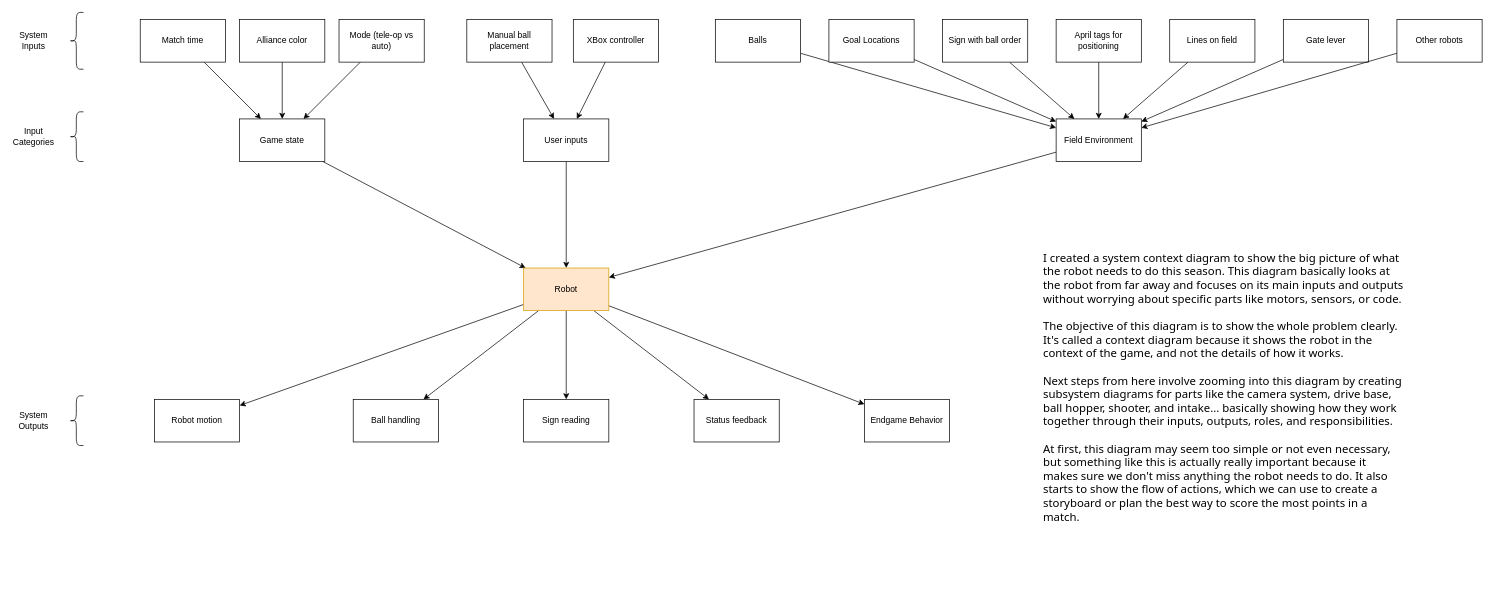
EagleNotBot/EagleBots13532-Decode keeps this draw.io diagram as page "System Context" (1 of 3) of docs/design/System and Subsystem Diagrams.drawio. Above is the earlier version. Source tidied: cells renumbered, new cells numbered last; positions are measured from the earlier drawing's top-left corner, leaving out a move shared by most shapes. Both pictures are drawn from the tidied source at 71%, with x=0, y=0 at pixel (12, 12).
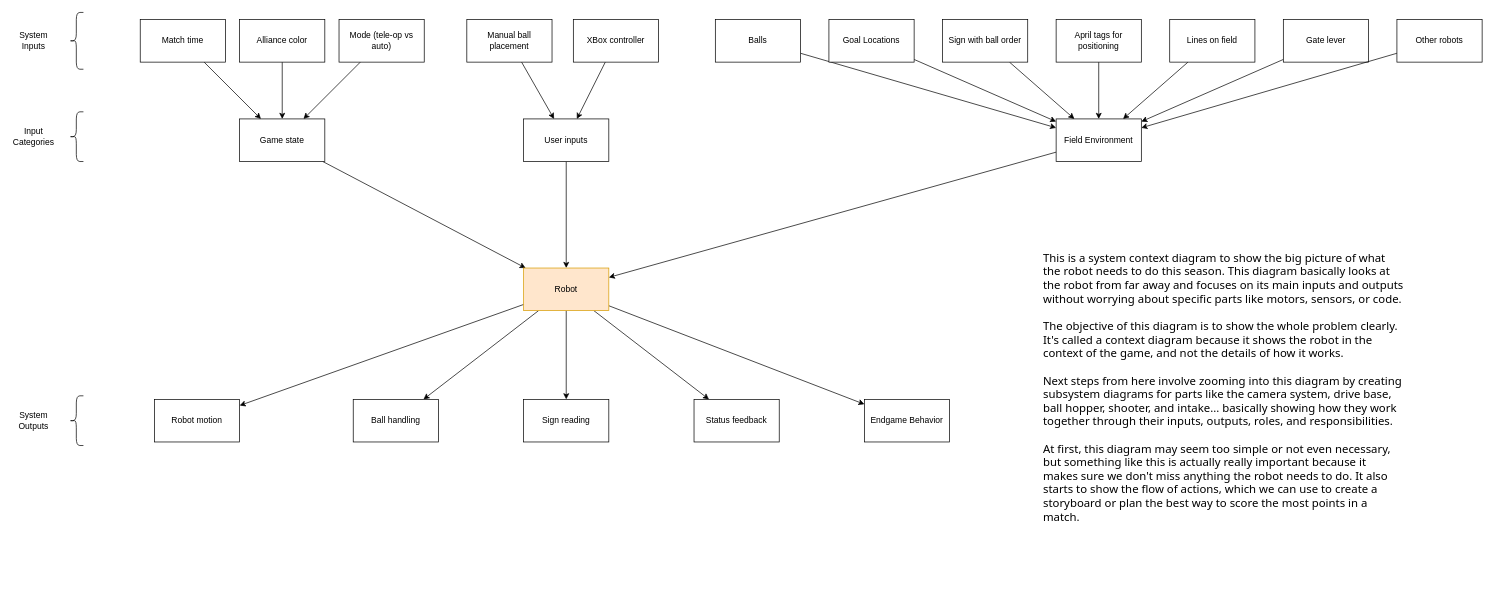
The same page after the edit.

Commit message (it also covers changes not shown here):
Added the system context diagram.

What changed in the source:
```diff
@@
-    <mxCell id="49" value="&lt;span style=&quot;font-family: &amp;quot;gg sans&amp;quot;, &amp;quot;Noto Sans&amp;quot;, &amp;quot;Helvetica Neue&amp;quot;, Helvetica, Arial, sans-serif; font-size: 16px;&quot;&gt;I created a system context diagram to show the big picture of what the robot needs to do this season. This diagram basically looks at the robot from far away and focuses on its main inputs and outputs without worrying about specific parts like motors, sensors, or code.&lt;br&gt;&lt;br&gt;The objective of this diagram is to show the whole problem clearly. It's called a context diagram because it shows the robot in the context of the game, and not the details of how it works.&lt;br&gt;&lt;br&gt;Next steps from here involve zooming into this diagram by creating subsystem diagrams for parts like the camera system, drive base, ball hopper, shooter, and intake... basically showing how they work together through their inputs, outputs, roles, and responsibilities.&lt;br&gt;&lt;br&gt;At first, this diagram may seem too simple or not even necessary, but something like this is actually really important because it makes sure we don't miss anything the robot needs to do. It also starts to show the flow of actions, which we can use to create a storyboard or plan the best way to score the most points in a match.&lt;/span&gt;" style="text;strokeColor=none;align=left;fillColor=none;html=1;verticalAlign=top;whiteSpace=wrap;rounded=0;" parent="1" vertex="1">
+    <mxCell id="49" value="&lt;span style=&quot;font-family: &amp;quot;gg sans&amp;quot;, &amp;quot;Noto Sans&amp;quot;, &amp;quot;Helvetica Neue&amp;quot;, Helvetica, Arial, sans-serif; font-size: 16px;&quot;&gt;This is a system context diagram to show the big picture of what the robot needs to do this season. This diagram basically looks at the robot from far away and focuses on its main inputs and outputs without worrying about specific parts like motors, sensors, or code.&lt;br&gt;&lt;br&gt;The objective of this diagram is to show the whole problem clearly. It's called a context diagram because it shows the robot in the context of the game, and not the details of how it works.&lt;br&gt;&lt;br&gt;Next steps from here involve zooming into this diagram by creating subsystem diagrams for parts like the camera system, drive base, ball hopper, shooter, and intake... basically showing how they work together through their inputs, outputs, roles, and responsibilities.&lt;br&gt;&lt;br&gt;At first, this diagram may seem too simple or not even necessary, but something like this is actually really important because it makes sure we don't miss anything the robot needs to do. It also starts to show the flow of actions, which we can use to create a storyboard or plan the best way to score the most points in a match.&lt;/span&gt;" style="text;strokeColor=none;align=left;fillColor=none;html=1;verticalAlign=top;whiteSpace=wrap;rounded=0;" parent="1" vertex="1">
       <mxGeometry x="1450" y="330" width="510" height="500" as="geometry" />
     </mxCell>
```
